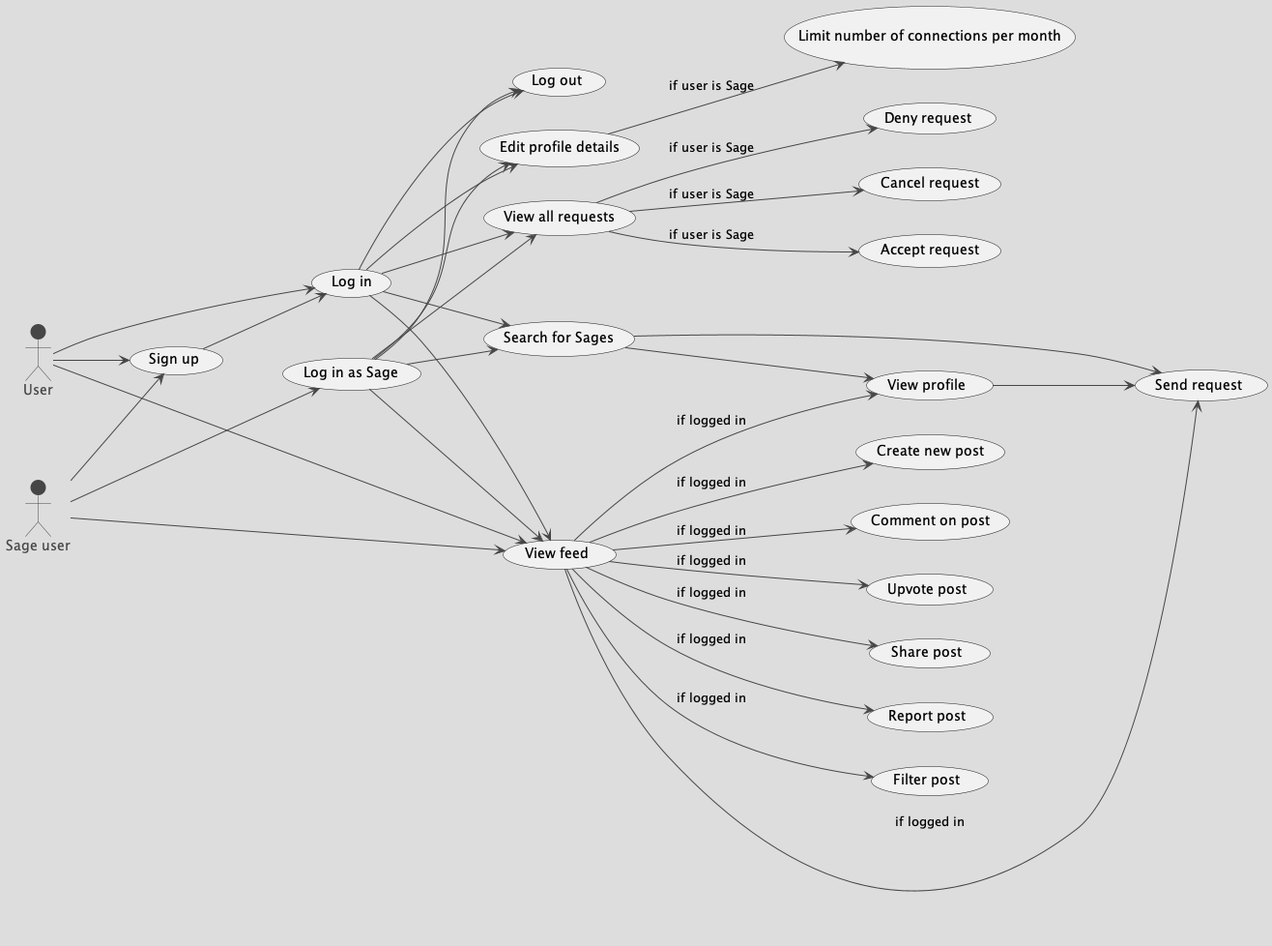
Before: out/Project Meeting 1/sage_usecases/sage_use_cases.png, a diagram exported from PlantUML (IvanFengJK/ESC_Diagrams_Plantuml).
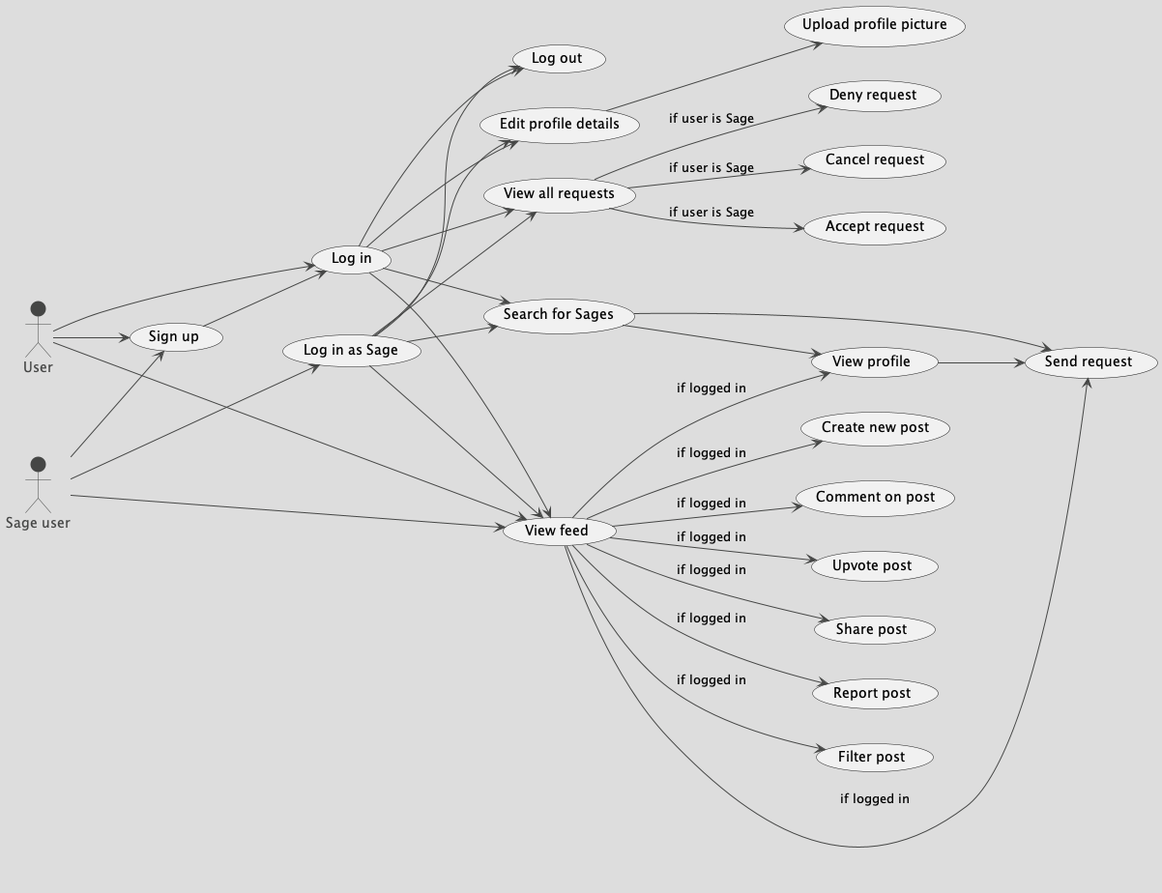
After the change.

Commit message:
feat: modify use case + add start_ama sequence diagram

Diff of the diagram source:
```diff
@@ -13,7 +13,7 @@
 "Accept request" as (acceptReq)
 "Deny request" as (denyReq)
 "Edit profile details" as (editProfile)
-"Limit number of connections per month" as (limitConnections)
+"Upload profile picture" as (uploadProfilePicture)
 "View profile" as (viewProfile)
 "Search for Sages" as (search)
 "View feed" as (viewFeed)
@@ -49,7 +49,7 @@
 (loginAsSage) --> (viewReqs)
 (viewReqs) --> (acceptReq)      : "if user is Sage"
 (viewReqs) --> (denyReq)      : "if user is Sage"
-(editProfile) --> (limitConnections) : "if user is Sage"
+(editProfile) --> (uploadProfilePicture)
 
 
 (search) --> (viewProfile)
```
